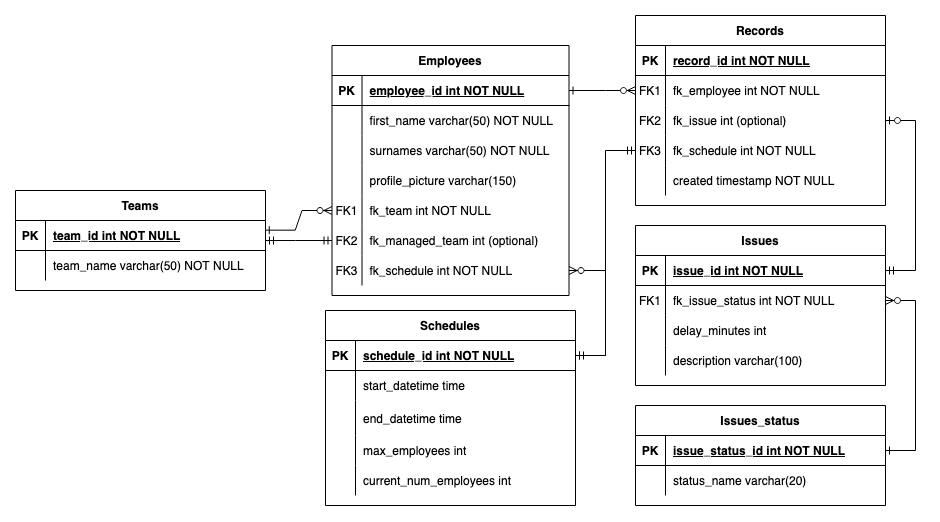
Earlier version of the draw.io export images/schedule-whiz-db.png (uma-dev/schedule-whiz). Source tidied: cells renumbered, new cells last; positions are measured from the earlier drawing's top-left corner, leaving out a move shared by most shapes.
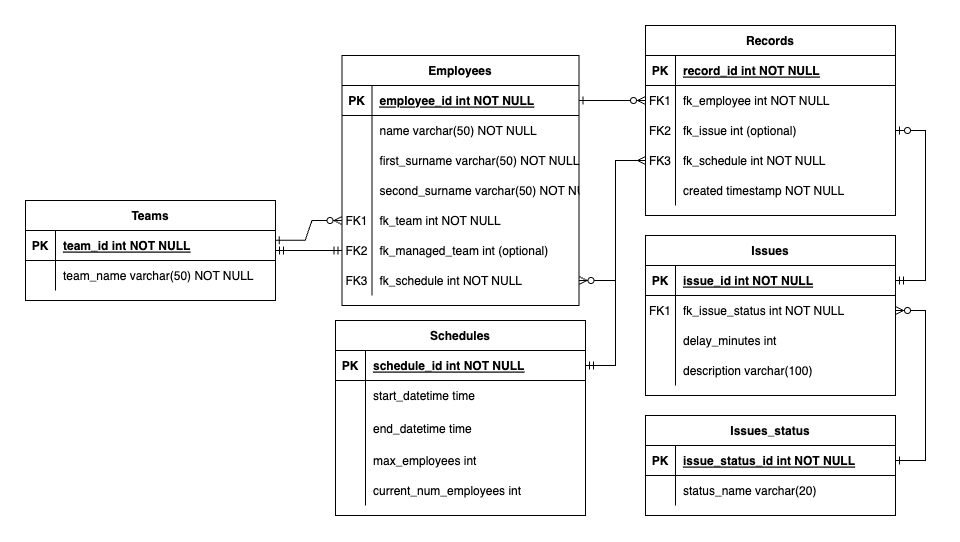
After the commit.

Commit message:
Updated DB DDL and diagram

Change to the diagram source:
```diff
@@ -89,7 +89,7 @@
     <mxCell id="30" style="shape=partialRectangle;overflow=hidden;fillColor=none;top=0;left=0;bottom=0;right=0;labelBackgroundColor=none;rounded=0;" parent="29" vertex="1">
       <mxGeometry width="30" height="30" as="geometry" />
     </mxCell>
-    <mxCell id="31" value="first_name varchar(50) NOT NULL" style="shape=partialRectangle;overflow=hidden;fillColor=none;top=0;left=0;bottom=0;right=0;align=left;spacingLeft=6;labelBackgroundColor=none;rounded=0;" parent="29" vertex="1">
+    <mxCell id="31" value="name varchar(50) NOT NULL" style="shape=partialRectangle;overflow=hidden;fillColor=none;top=0;left=0;bottom=0;right=0;align=left;spacingLeft=6;labelBackgroundColor=none;rounded=0;" parent="29" vertex="1">
       <mxGeometry x="30" width="207" height="30" as="geometry" />
     </mxCell>
     <mxCell id="32" style="shape=partialRectangle;fillColor=none;top=0;left=0;right=0;bottom=0;labelBackgroundColor=none;rounded=0;" parent="25" vertex="1">
@@ -98,7 +98,7 @@
     <mxCell id="33" style="shape=partialRectangle;overflow=hidden;fillColor=none;top=0;left=0;bottom=0;right=0;labelBackgroundColor=none;rounded=0;" parent="32" vertex="1">
       <mxGeometry width="30" height="30" as="geometry" />
     </mxCell>
-    <mxCell id="34" value="surnames varchar(50) NOT NULL" style="shape=partialRectangle;overflow=hidden;fillColor=none;top=0;left=0;bottom=0;right=0;align=left;spacingLeft=6;labelBackgroundColor=none;rounded=0;" parent="32" vertex="1">
+    <mxCell id="34" value="first_surname varchar(50) NOT NULL" style="shape=partialRectangle;overflow=hidden;fillColor=none;top=0;left=0;bottom=0;right=0;align=left;spacingLeft=6;labelBackgroundColor=none;rounded=0;" parent="32" vertex="1">
       <mxGeometry x="30" width="207" height="30" as="geometry" />
     </mxCell>
     <mxCell id="35" style="shape=partialRectangle;fillColor=none;top=0;left=0;right=0;bottom=0;labelBackgroundColor=none;rounded=0;" parent="25" vertex="1">
@@ -107,7 +107,7 @@
     <mxCell id="36" style="shape=partialRectangle;overflow=hidden;fillColor=none;top=0;left=0;bottom=0;right=0;labelBackgroundColor=none;rounded=0;" parent="35" vertex="1">
       <mxGeometry width="30" height="30" as="geometry" />
     </mxCell>
-    <mxCell id="37" value="profile_picture varchar(150)" style="shape=partialRectangle;overflow=hidden;fillColor=none;top=0;left=0;bottom=0;right=0;align=left;spacingLeft=6;labelBackgroundColor=none;rounded=0;" parent="35" vertex="1">
+    <mxCell id="37" value="second_surname varchar(50) NOT NULL" style="shape=partialRectangle;overflow=hidden;fillColor=none;top=0;left=0;bottom=0;right=0;align=left;spacingLeft=6;labelBackgroundColor=none;rounded=0;" parent="35" vertex="1">
       <mxGeometry x="30" width="207" height="30" as="geometry" />
     </mxCell>
     <mxCell id="38" style="shape=partialRectangle;fillColor=none;points=[[0,0.5],[1,0.5]];portConstraint=eastwest;top=0;left=0;right=0;bottom=0;labelBackgroundColor=none;rounded=0;" parent="25" vertex="1">
@@ -265,7 +265,7 @@
     <mxCell id="87" style="edgeStyle=entityRelationEdgeStyle;fontSize=12;html=1;endArrow=ERzeroToOne;startArrow=ERmandOne;rounded=0;entryX=1;entryY=0.5;entryDx=0;entryDy=0;exitX=1;exitY=0.5;exitDx=0;exitDy=0;" parent="1" edge="1" source="67" target="9">
       <mxGeometry relative="1" as="geometry" />
     </mxCell>
-    <mxCell id="88" style="edgeStyle=entityRelationEdgeStyle;fontSize=12;html=1;endArrow=ERmandOne;startArrow=ERmandOne;rounded=0;entryX=0;entryY=0.5;entryDx=0;entryDy=0;exitX=1;exitY=0.5;exitDx=0;exitDy=0;" parent="1" edge="1" source="48" target="12">
+    <mxCell id="88" style="edgeStyle=entityRelationEdgeStyle;fontSize=12;html=1;endArrow=ERmany;startArrow=ERmandOne;rounded=0;entryX=0;entryY=0.5;entryDx=0;entryDy=0;exitX=1;exitY=0.5;exitDx=0;exitDy=0;endFill=0;" parent="1" edge="1" source="48" target="12">
       <mxGeometry relative="1" as="geometry" />
     </mxCell>
     <mxCell id="89" style="edgeStyle=entityRelationEdgeStyle;endArrow=ERzeroToMany;startArrow=ERone;endFill=1;startFill=0;labelBackgroundColor=none;fontColor=default;rounded=0;" parent="1" edge="1" source="48" target="44">
```
